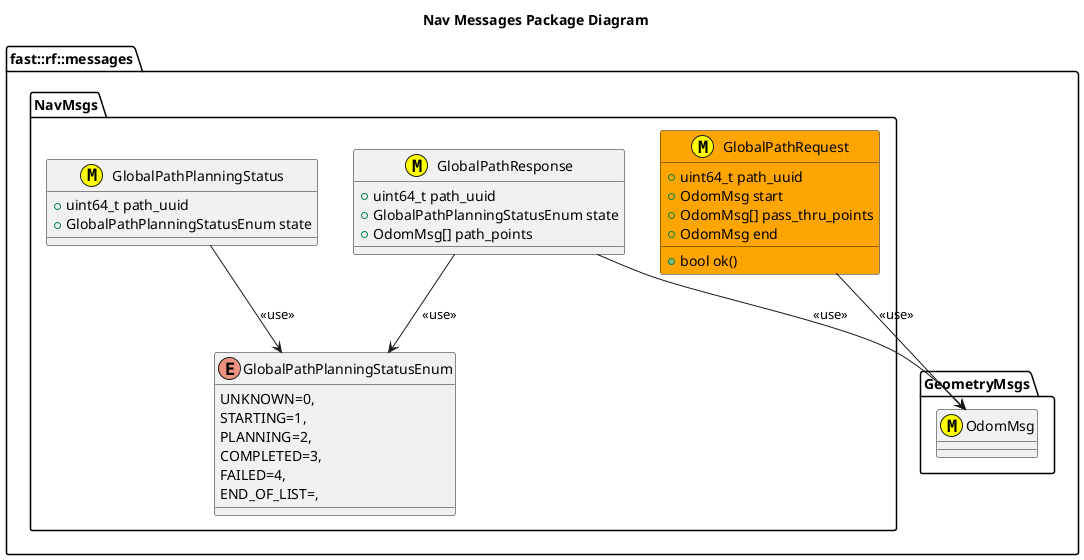
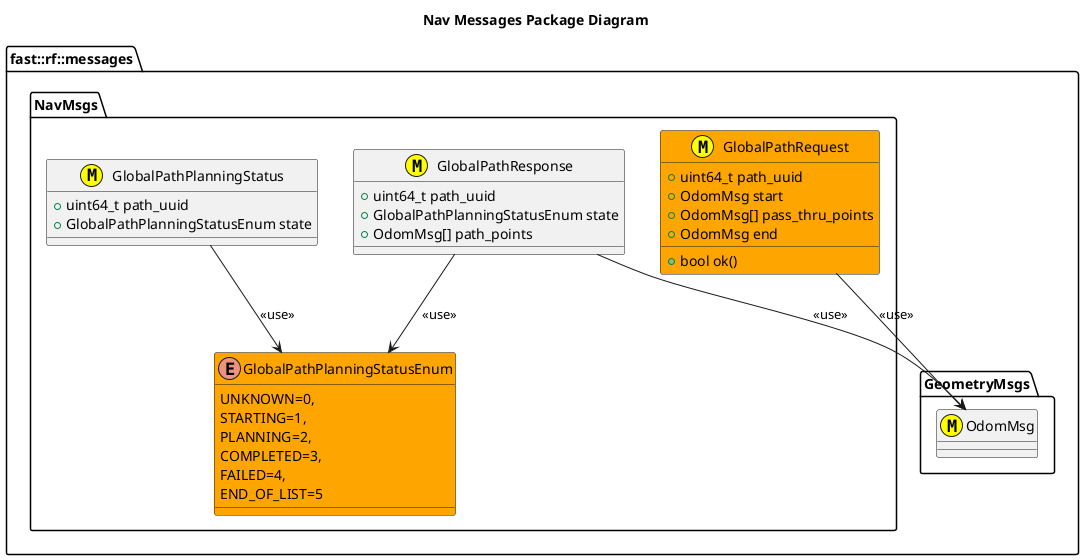
@startuml
title Nav Messages Package Diagram

namespace fast::rf::messages {
  namespace GeometryMsgs {
    class OdomMsg <<(M,#FFFF00)>>
  }
  namespace NavMsgs  {
    class GlobalPathRequest <<(M,#FFFF00)>> #Orange {
      +uint64_t path_uuid
      +OdomMsg start
      +OdomMsg[] pass_thru_points
      +OdomMsg end
      +bool ok()

    }
-     enum GlobalPathPlanningStatusEnum
+     enum GlobalPathPlanningStatusEnum #Orange
    {
      UNKNOWN=0,
      STARTING=1,
      PLANNING=2,
      COMPLETED=3,
      FAILED=4,
-       END_OF_LIST=,
+       END_OF_LIST=5

    }
    GlobalPathRequest --> OdomMsg: <<use>>
    class GlobalPathResponse <<(M,#FFFF00)>> {
      +uint64_t path_uuid
      +GlobalPathPlanningStatusEnum state
      +OdomMsg[] path_points
    }
    GlobalPathResponse --> OdomMsg: <<use>>
    GlobalPathResponse --> GlobalPathPlanningStatusEnum: <<use>>
    class GlobalPathPlanningStatus <<(M,#FFFF00)>> {
      +uint64_t path_uuid
      +GlobalPathPlanningStatusEnum state
    }
    GlobalPathPlanningStatus --> GlobalPathPlanningStatusEnum: <<use>>
  }
}
@enduml